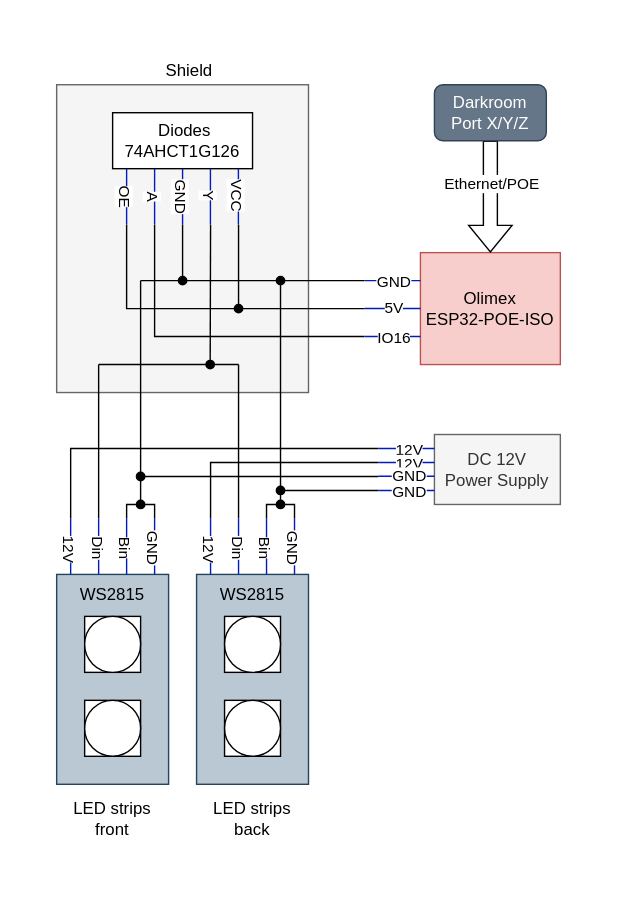
Above: electronics.drawio.svg in cccb/cccb-schild (draw.io), before the change. Source tidied: cells renumbered, new cells last; positions are measured from the earlier drawing's top-left corner, leaving out a move shared by most shapes.
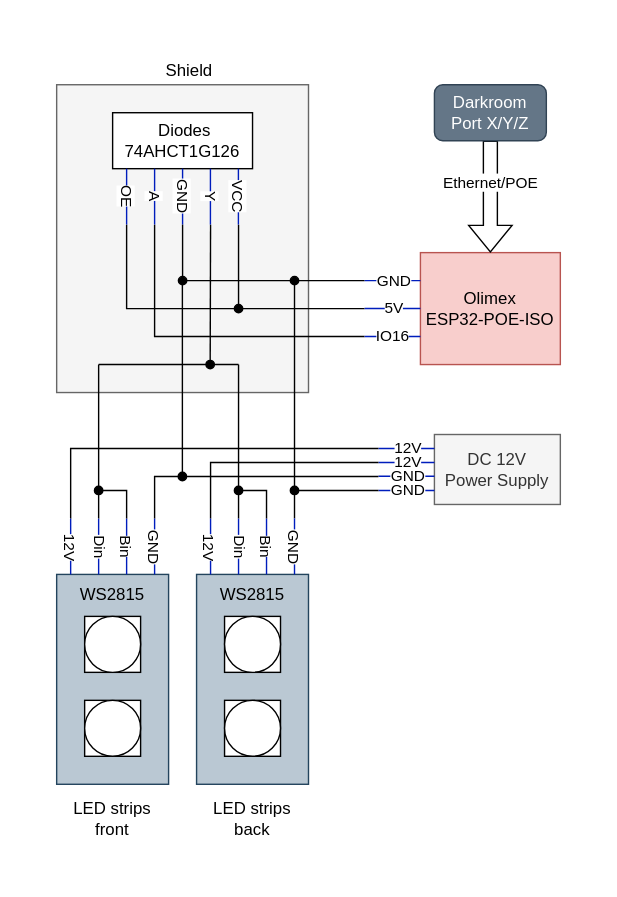
The same diagram one commit later.

Diff of the diagram source:
```diff
@@ -104,16 +104,6 @@
     <mxCell id="25" style="ellipse;whiteSpace=wrap;html=1;" parent="1" vertex="1">
       <mxGeometry x="60" y="500" width="40" height="40" as="geometry" />
     </mxCell>
-    <mxCell id="26" style="endArrow=none;html=1;rounded=0;" parent="1" edge="1">
-      <mxGeometry relative="1" as="geometry">
-        <mxPoint x="90" y="370" as="sourcePoint" />
-        <mxPoint x="110" y="370" as="targetPoint" />
-        <Array as="points">
-          <mxPoint x="90" y="360" />
-          <mxPoint x="110" y="360" />
-        </Array>
-      </mxGeometry>
-    </mxCell>
     <mxCell id="27" value="DC 12V&lt;br&gt;Power Supply" style="rounded=0;whiteSpace=wrap;html=1;fillColor=#f5f5f5;fontColor=#333333;strokeColor=#666666;" parent="1" vertex="1">
       <mxGeometry x="310" y="310" width="90" height="50" as="geometry" />
     </mxCell>
@@ -161,12 +151,12 @@
         <mxPoint x="-4" as="offset" />
       </mxGeometry>
     </mxCell>
-    <mxCell id="36" style="endArrow=none;html=1;rounded=0;startArrow=oval;startFill=1;" parent="1" edge="1">
+    <mxCell id="36" style="endArrow=none;html=1;rounded=0;startArrow=none;startFill=0;" parent="1" edge="1">
       <mxGeometry relative="1" as="geometry">
-        <mxPoint x="200" y="360" as="sourcePoint" />
+        <mxPoint x="210" y="370" as="sourcePoint" />
         <mxPoint x="270" y="350" as="targetPoint" />
         <Array as="points">
-          <mxPoint x="200" y="350" />
+          <mxPoint x="210" y="350" />
         </Array>
       </mxGeometry>
     </mxCell>
@@ -229,22 +219,12 @@
     <mxCell id="49" style="ellipse;whiteSpace=wrap;html=1;" parent="1" vertex="1">
       <mxGeometry x="160" y="500" width="40" height="40" as="geometry" />
     </mxCell>
-    <mxCell id="50" style="endArrow=none;html=1;rounded=0;" parent="1" edge="1">
-      <mxGeometry relative="1" as="geometry">
-        <mxPoint x="190" y="370" as="sourcePoint" />
-        <mxPoint x="210" y="370" as="targetPoint" />
-        <Array as="points">
-          <mxPoint x="190" y="360" />
-          <mxPoint x="210" y="360" />
-        </Array>
-      </mxGeometry>
-    </mxCell>
-    <mxCell id="51" style="endArrow=none;html=1;rounded=0;startArrow=oval;startFill=1;" parent="1" edge="1">
+    <mxCell id="51" style="endArrow=none;html=1;rounded=0;startArrow=none;startFill=0;" parent="1" edge="1">
       <mxGeometry relative="1" as="geometry">
-        <mxPoint x="100" y="360" as="sourcePoint" />
+        <mxPoint x="110" y="370" as="sourcePoint" />
         <mxPoint x="270" y="340" as="targetPoint" />
         <Array as="points">
-          <mxPoint x="100" y="340" />
+          <mxPoint x="110" y="340" />
         </Array>
       </mxGeometry>
     </mxCell>
@@ -280,8 +260,8 @@
     </mxCell>
     <mxCell id="58" style="endArrow=none;html=1;rounded=0;startArrow=oval;startFill=1;" parent="1" edge="1">
       <mxGeometry relative="1" as="geometry">
-        <mxPoint x="100" y="340" as="sourcePoint" />
-        <mxPoint x="100" y="200" as="targetPoint" />
+        <mxPoint x="129.9" y="340" as="sourcePoint" />
+        <mxPoint x="129.9" y="200" as="targetPoint" />
       </mxGeometry>
     </mxCell>
     <mxCell id="59" style="endArrow=none;html=1;rounded=0;" parent="1" edge="1">
@@ -292,8 +272,8 @@
     </mxCell>
     <mxCell id="60" style="endArrow=oval;html=1;rounded=0;startArrow=oval;startFill=1;endFill=1;" parent="1" edge="1">
       <mxGeometry relative="1" as="geometry">
-        <mxPoint x="200" y="350" as="sourcePoint" />
-        <mxPoint x="200" y="200" as="targetPoint" />
+        <mxPoint x="210" y="350" as="sourcePoint" />
+        <mxPoint x="210" y="200" as="targetPoint" />
       </mxGeometry>
     </mxCell>
     <mxCell id="61" style="endArrow=none;html=1;rounded=0;" parent="1" edge="1">
@@ -368,7 +348,7 @@
     </mxCell>
     <mxCell id="74" style="endArrow=none;html=1;rounded=0;" parent="1" edge="1">
       <mxGeometry relative="1" as="geometry">
-        <mxPoint x="100" y="200" as="sourcePoint" />
+        <mxPoint x="130" y="200" as="sourcePoint" />
         <mxPoint x="260" y="200" as="targetPoint" />
       </mxGeometry>
     </mxCell>
@@ -422,5 +402,23 @@
         </Array>
       </mxGeometry>
     </mxCell>
+    <mxCell id="82" style="endArrow=none;html=1;rounded=0;startArrow=oval;startFill=1;" parent="1" edge="1">
+      <mxGeometry relative="1" as="geometry">
+        <mxPoint x="170" y="350" as="sourcePoint" />
+        <mxPoint x="190" y="370" as="targetPoint" />
+        <Array as="points">
+          <mxPoint x="190" y="350" />
+        </Array>
+      </mxGeometry>
+    </mxCell>
+    <mxCell id="83" style="endArrow=none;html=1;rounded=0;startArrow=oval;startFill=1;" parent="1" edge="1">
+      <mxGeometry relative="1" as="geometry">
+        <mxPoint x="70" y="350" as="sourcePoint" />
+        <mxPoint x="90" y="370" as="targetPoint" />
+        <Array as="points">
+          <mxPoint x="90" y="350" />
+        </Array>
+      </mxGeometry>
+    </mxCell>
   </root>
 </mxGraphModel>
```
